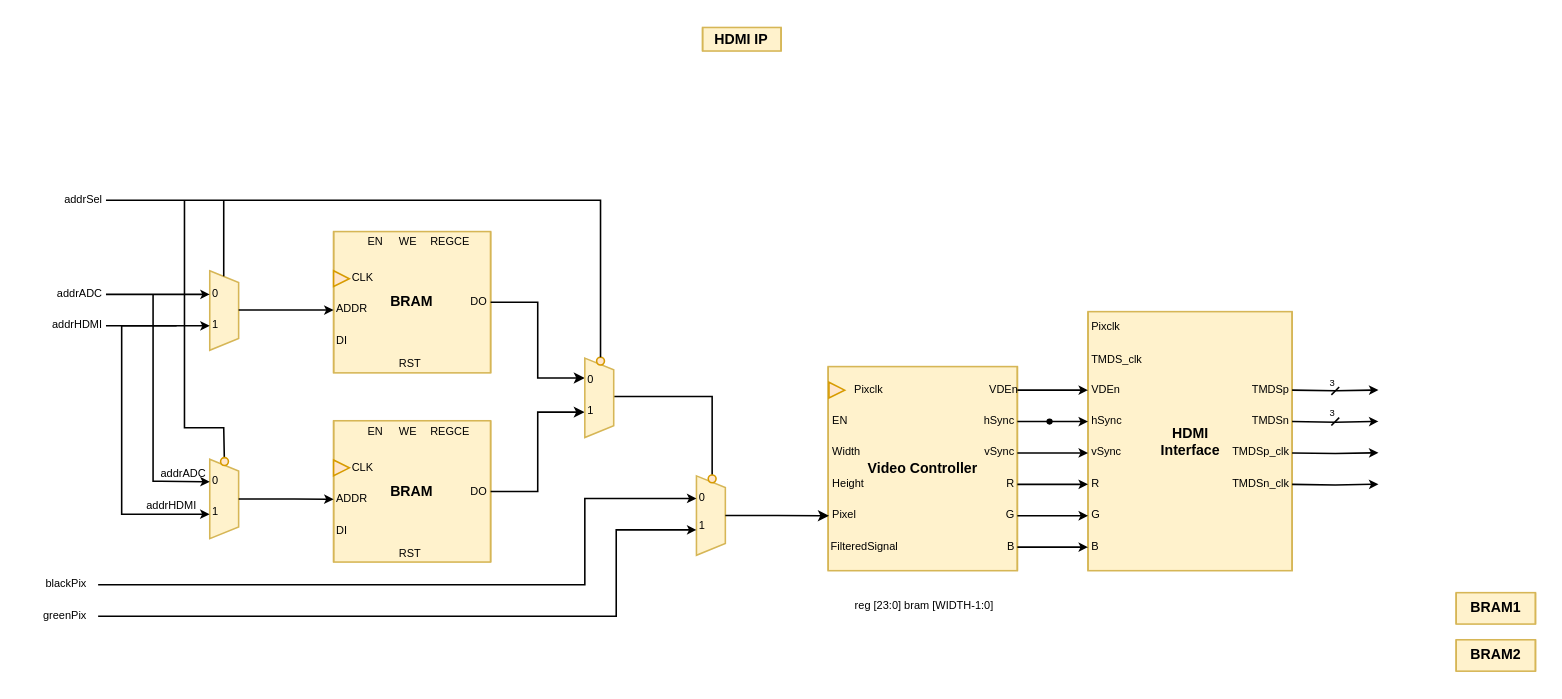
The draw.io diagram page "HDMI_IP_v2" (9 of 9) of design/BlockDiagram.drawio in ESRGgroup9/oscilloscope_fpga, before the edit. Source tidied: cells renumbered, new cells numbered last; positions are measured from the earlier drawing's top-left corner, leaving out a move shared by most shapes. Both pictures are drawn from the tidied source at 157%, with x=0, y=0 at pixel (35, 27).
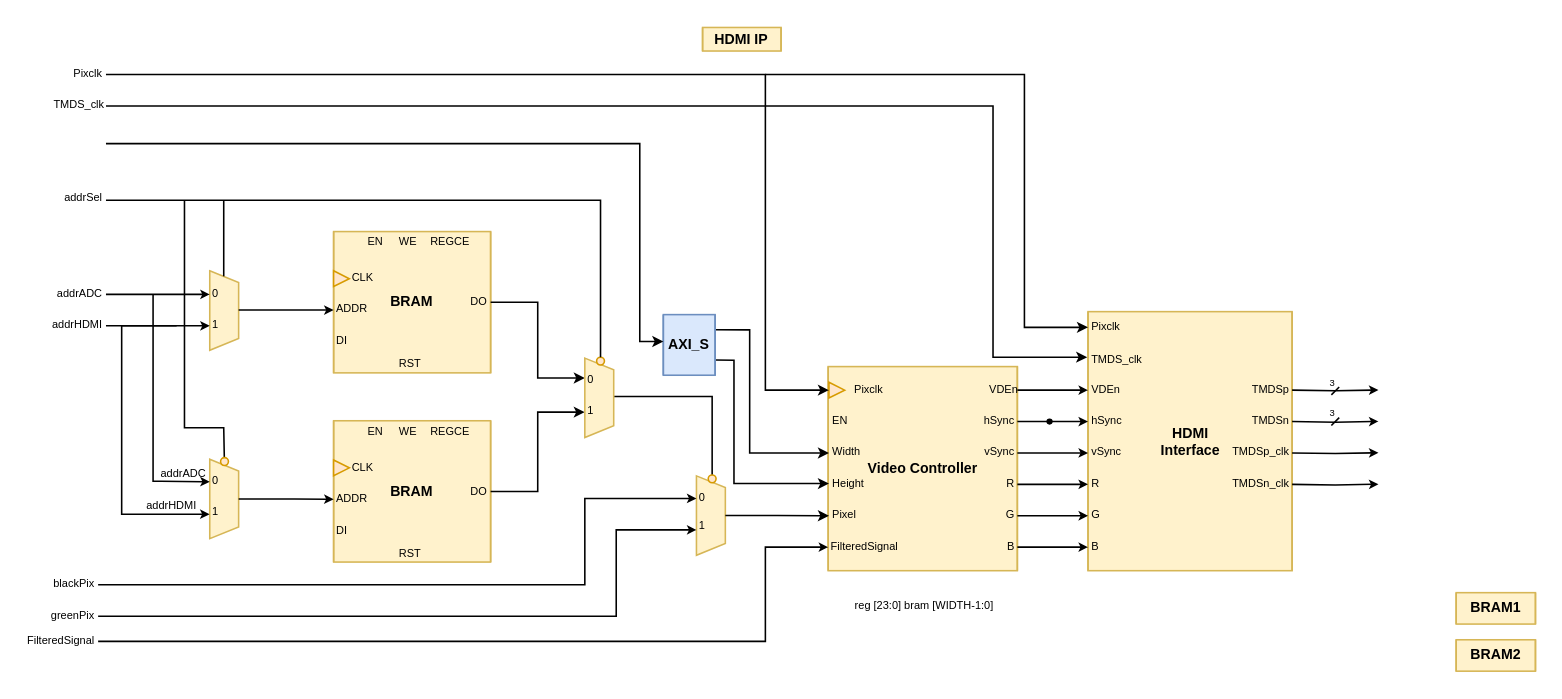
The same diagram, later.

Unchanged cells that the change refers to:
```xml
<mxCell id="18" value="Pixclk" style="text;html=1;strokeColor=none;fillColor=none;align=left;verticalAlign=middle;whiteSpace=wrap;rounded=0;fontSize=7;" parent="1" vertex="1">
  <mxGeometry x="670.5" y="181" width="20" height="20" as="geometry" />
</mxCell>
<mxCell id="21" style="triangle;whiteSpace=wrap;html=1;fontSize=9;fillColor=#ffe6cc;strokeColor=#d79b00;" parent="1" vertex="1">
  <mxGeometry x="505.5" y="226" width="10" height="10" as="geometry" />
</mxCell>
<mxCell id="28" value="FilteredSignal" style="text;html=1;strokeColor=none;fillColor=none;align=left;verticalAlign=middle;whiteSpace=wrap;rounded=0;fontSize=7;" parent="1" vertex="1">
  <mxGeometry x="505" y="321" width="20" height="20" as="geometry" />
</mxCell>
<mxCell id="42" value="Width" style="text;html=1;strokeColor=none;fillColor=none;align=left;verticalAlign=middle;whiteSpace=wrap;rounded=0;fontSize=7;" parent="1" vertex="1">
  <mxGeometry x="505.5" y="261" width="20" height="20" as="geometry" />
</mxCell>
<mxCell id="43" value="Height" style="text;html=1;strokeColor=none;fillColor=none;align=left;verticalAlign=middle;whiteSpace=wrap;rounded=0;fontSize=7;" parent="1" vertex="1">
  <mxGeometry x="505.5" y="280.5" width="20" height="20" as="geometry" />
</mxCell>
```

The edit, as a diff of the source:
```diff
@@
     <mxCell id="98" value="addrSel" style="text;html=1;strokeColor=none;fillColor=none;align=right;verticalAlign=middle;whiteSpace=wrap;rounded=0;fontSize=7;" parent="1" vertex="1">
-      <mxGeometry x="10" y="99.5" width="35" height="20" as="geometry" />
+      <mxGeometry x="10" y="98.5" width="35" height="20" as="geometry" />
     </mxCell>
@@
     <mxCell id="106" value="blackPix" style="text;html=1;strokeColor=none;fillColor=none;align=right;verticalAlign=middle;whiteSpace=wrap;rounded=0;fontSize=7;" parent="1" vertex="1">
-      <mxGeometry y="345" width="35" height="20" as="geometry" />
+      <mxGeometry x="5" y="345" width="35" height="20" as="geometry" />
     </mxCell>
     <mxCell id="107" value="greenPix" style="text;html=1;strokeColor=none;fillColor=none;align=right;verticalAlign=middle;whiteSpace=wrap;rounded=0;fontSize=7;" parent="1" vertex="1">
-      <mxGeometry y="365" width="35" height="20" as="geometry" />
+      <mxGeometry x="5" y="365" width="35" height="20" as="geometry" />
     </mxCell>
@@
+    <mxCell id="109" style="endArrow=classic;html=1;rounded=0;entryX=0;entryY=0.5;entryDx=0;entryDy=0;endFill=1;endSize=4;strokeColor=default;edgeStyle=orthogonalEdgeStyle;exitX=1;exitY=0.5;exitDx=0;exitDy=0;" parent="1" edge="1" source="110" target="21">
+      <mxGeometry relative="1" as="geometry">
+        <Array as="points">
+          <mxPoint x="465" y="30" />
+          <mxPoint x="465" y="231" />
+        </Array>
+      </mxGeometry>
+    </mxCell>
+    <mxCell id="110" value="Pixclk" style="text;html=1;strokeColor=none;fillColor=none;align=right;verticalAlign=middle;whiteSpace=wrap;rounded=0;fontSize=7;" parent="1" vertex="1">
+      <mxGeometry x="10" y="20" width="35" height="20" as="geometry" />
+    </mxCell>
+    <mxCell id="111" style="endArrow=classic;html=1;rounded=0;endSize=4;entryX=0;entryY=0.5;entryDx=0;entryDy=0;endFill=1;edgeStyle=orthogonalEdgeStyle;" parent="1" edge="1" target="18">
+      <mxGeometry relative="1" as="geometry">
+        <mxPoint x="465" y="30" as="sourcePoint" />
+        <Array as="points">
+          <mxPoint x="470" y="30" />
+          <mxPoint x="630" y="30" />
+          <mxPoint x="630" y="191" />
+        </Array>
+      </mxGeometry>
+    </mxCell>
+    <mxCell id="112" style="endArrow=classic;html=1;rounded=0;endFill=1;endSize=4;edgeStyle=orthogonalEdgeStyle;exitX=1;exitY=0.5;exitDx=0;exitDy=0;" parent="1" edge="1" source="113">
+      <mxGeometry relative="1" as="geometry">
+        <mxPoint x="670" y="210" as="targetPoint" />
+        <Array as="points">
+          <mxPoint x="610" y="50" />
+          <mxPoint x="610" y="210" />
+        </Array>
+      </mxGeometry>
+    </mxCell>
+    <mxCell id="113" value="TMDS_clk" style="text;html=1;strokeColor=none;fillColor=none;align=left;verticalAlign=middle;whiteSpace=wrap;rounded=0;fontSize=7;" parent="1" vertex="1">
+      <mxGeometry x="10" y="40" width="35" height="20" as="geometry" />
+    </mxCell>
+    <mxCell id="114" style="edgeStyle=orthogonalEdgeStyle;rounded=0;jettySize=auto;html=1;exitX=1;exitY=0.25;exitDx=0;exitDy=0;entryX=0;entryY=0.5;entryDx=0;entryDy=0;endArrow=classic;endFill=1;endSize=4;strokeColor=default;" parent="1" edge="1" source="116" target="42">
+      <mxGeometry relative="1" as="geometry">
+        <Array as="points">
+          <mxPoint x="455" y="193" />
+          <mxPoint x="455" y="271" />
+        </Array>
+      </mxGeometry>
+    </mxCell>
+    <mxCell id="115" style="edgeStyle=orthogonalEdgeStyle;rounded=0;jettySize=auto;html=1;exitX=1;exitY=0.75;exitDx=0;exitDy=0;entryX=0;entryY=0.5;entryDx=0;entryDy=0;endArrow=classic;endFill=1;endSize=4;strokeColor=default;" parent="1" edge="1" source="116" target="43">
+      <mxGeometry relative="1" as="geometry">
+        <Array as="points">
+          <mxPoint x="445" y="212" />
+          <mxPoint x="445" y="291" />
+        </Array>
+      </mxGeometry>
+    </mxCell>
+    <mxCell id="116" value="&lt;div&gt;&lt;b&gt;AXI_S&lt;/b&gt;&lt;/div&gt;" style="shape=process;whiteSpace=wrap;html=1;backgroundOutline=1;fontSize=9;strokeColor=#6c8ebf;fillColor=#dae8fc;size=0;verticalAlign=middle;" parent="1" vertex="1">
+      <mxGeometry x="400" y="182.9" width="33" height="38.6" as="geometry" />
+    </mxCell>
+    <mxCell id="117" style="endArrow=classic;html=1;rounded=0;endFill=1;endSize=4;edgeStyle=orthogonalEdgeStyle;exitX=1;exitY=0.5;exitDx=0;exitDy=0;" parent="1" edge="1" target="116">
+      <mxGeometry relative="1" as="geometry">
+        <mxPoint x="45" y="74" as="sourcePoint" />
+        <Array as="points">
+          <mxPoint x="385" y="74" />
+          <mxPoint x="385" y="200" />
+        </Array>
+      </mxGeometry>
+    </mxCell>
+    <mxCell id="118" style="edgeStyle=orthogonalEdgeStyle;rounded=0;jettySize=auto;html=1;endSize=3;entryX=0;entryY=0.5;entryDx=0;entryDy=0;exitX=1;exitY=0.5;exitDx=0;exitDy=0;" parent="1" edge="1" source="119" target="28">
+      <mxGeometry relative="1" as="geometry">
+        <Array as="points">
+          <mxPoint x="40" y="391" />
+          <mxPoint x="465" y="391" />
+          <mxPoint x="465" y="331" />
+        </Array>
+      </mxGeometry>
+    </mxCell>
+    <mxCell id="119" value="FilteredSignal" style="text;html=1;strokeColor=none;fillColor=none;align=right;verticalAlign=middle;whiteSpace=wrap;rounded=0;fontSize=7;" parent="1" vertex="1">
+      <mxGeometry x="5" y="381" width="35" height="20" as="geometry" />
+    </mxCell>
```
